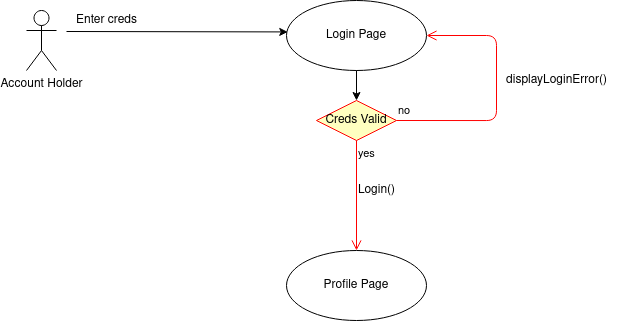
The draw.io diagram docs/Use Case Diagrams/Account_Login.png in JackValladares/ApartmentApplication, before a commit. Source tidied: cells renumbered, new cells last; positions are measured from the earlier drawing's top-left corner, leaving out a move shared by most shapes.
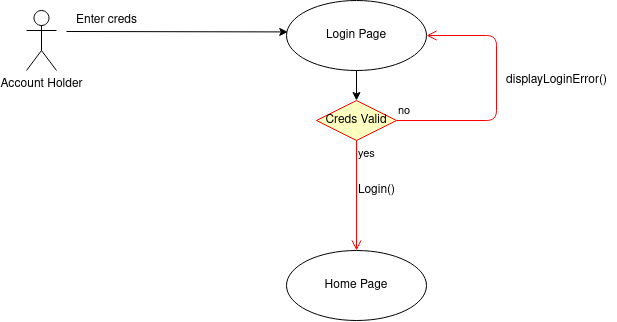
The same file after the commit.

Commit message:
Added Forgot_Password UC

The edit, as a diff of the source:
```diff
@@ -8,7 +8,7 @@
     <mxCell id="3" value="Login Page" style="ellipse;whiteSpace=wrap;html=1;" parent="1" vertex="1">
       <mxGeometry x="260" width="140" height="70" as="geometry" />
     </mxCell>
-    <mxCell id="4" value="Profile Page" style="ellipse;whiteSpace=wrap;html=1;" parent="1" vertex="1">
+    <mxCell id="4" value="&lt;div&gt;Home Page&lt;/div&gt;" style="ellipse;whiteSpace=wrap;html=1;" parent="1" vertex="1">
       <mxGeometry x="260" y="250" width="140" height="70" as="geometry" />
     </mxCell>
     <mxCell id="5" style="endArrow=classic;html=1;entryX=0.009;entryY=0.449;entryDx=0;entryDy=0;entryPerimeter=0;" parent="1" edge="1" target="3">
```
